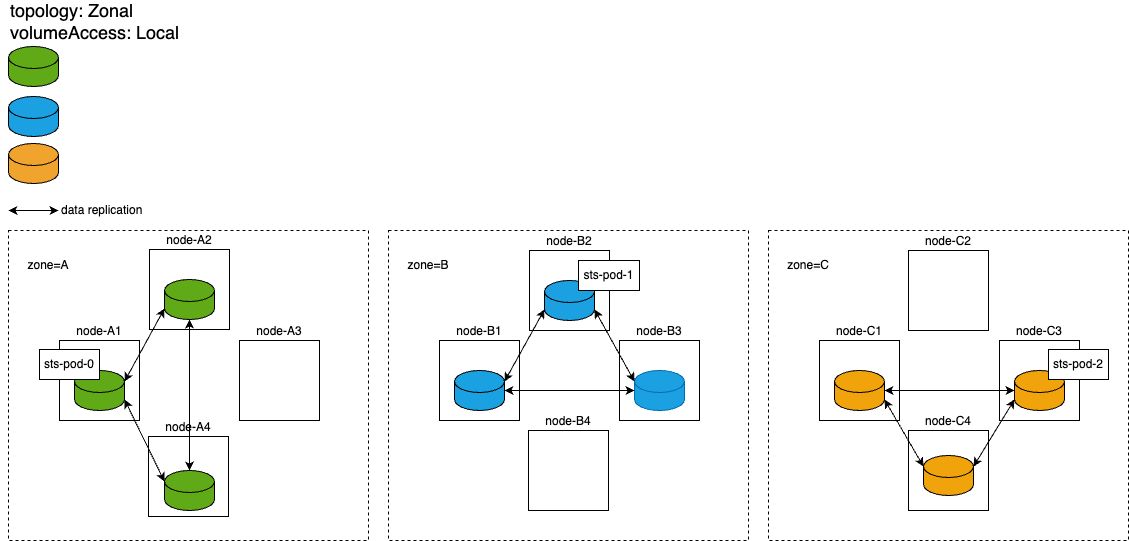
Before: docs/images/zonal.ru.png, a diagram exported from draw.io (deckhouse/sds-replicated-volume). Source tidied: cells renumbered, new cells last; positions are measured from the earlier drawing's top-left corner, leaving out a move shared by most shapes.
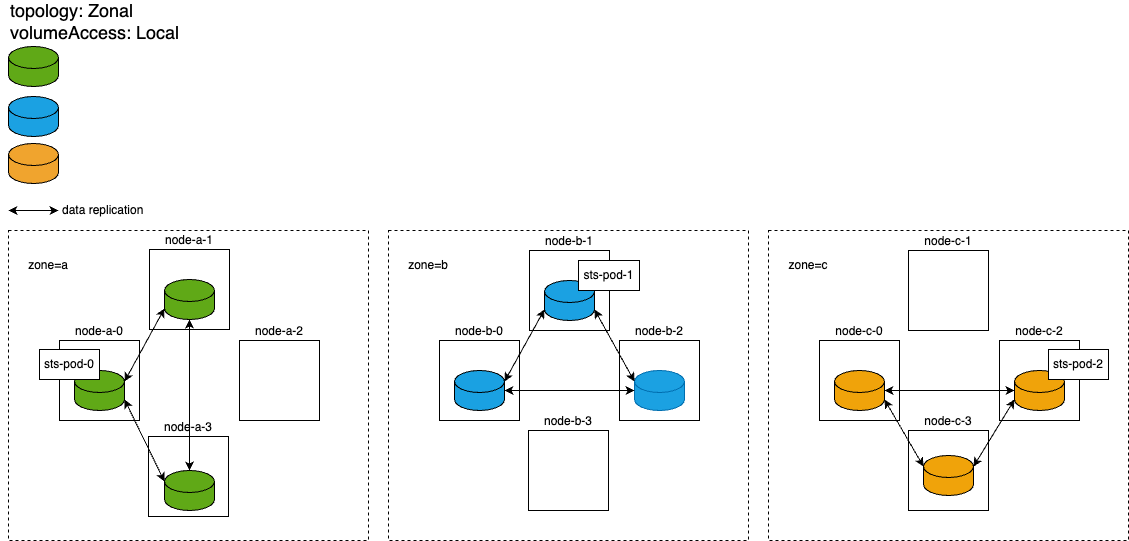
Above is the later version.

Commit message:
Fix trans-zonal and zonal schemes

What changed in the source:
```diff
@@ -5,31 +5,31 @@
     <mxCell id="2" style="rounded=0;whiteSpace=wrap;html=1;dashed=1;" parent="1" vertex="1">
       <mxGeometry x="760" y="224" width="360" height="310" as="geometry" />
     </mxCell>
-    <mxCell id="3" value="node-C1" style="rounded=0;whiteSpace=wrap;html=1;labelPosition=center;verticalLabelPosition=top;align=center;verticalAlign=bottom;" parent="1" vertex="1">
+    <mxCell id="3" value="node-c-0" style="rounded=0;whiteSpace=wrap;html=1;labelPosition=center;verticalLabelPosition=top;align=center;verticalAlign=bottom;" parent="1" vertex="1">
       <mxGeometry x="811" y="334" width="80" height="80" as="geometry" />
     </mxCell>
     <mxCell id="4" style="rounded=0;whiteSpace=wrap;html=1;dashed=1;" parent="1" vertex="1">
       <mxGeometry x="380" y="224" width="360" height="310" as="geometry" />
     </mxCell>
-    <mxCell id="5" value="node-B1" style="rounded=0;whiteSpace=wrap;html=1;labelPosition=center;verticalLabelPosition=top;align=center;verticalAlign=bottom;" parent="1" vertex="1">
+    <mxCell id="5" value="node-b-0" style="rounded=0;whiteSpace=wrap;html=1;labelPosition=center;verticalLabelPosition=top;align=center;verticalAlign=bottom;" parent="1" vertex="1">
       <mxGeometry x="431" y="334" width="80" height="80" as="geometry" />
     </mxCell>
     <mxCell id="6" style="rounded=0;whiteSpace=wrap;html=1;dashed=1;" parent="1" vertex="1">
       <mxGeometry y="224" width="360" height="310" as="geometry" />
     </mxCell>
-    <mxCell id="7" value="zone=A" style="text;html=1;strokeColor=none;fillColor=none;align=center;verticalAlign=middle;whiteSpace=wrap;rounded=0;dashed=1;" parent="1" vertex="1">
+    <mxCell id="7" value="zone=a" style="text;html=1;strokeColor=none;fillColor=none;align=center;verticalAlign=middle;whiteSpace=wrap;rounded=0;dashed=1;" parent="1" vertex="1">
       <mxGeometry x="10" y="244" width="60" height="30" as="geometry" />
     </mxCell>
     <mxCell id="8" value="topology: Zonal&lt;br style=&quot;font-size: 18px;&quot;&gt;volumeAccess: Local" style="text;html=1;strokeColor=none;fillColor=none;align=left;verticalAlign=middle;whiteSpace=wrap;rounded=0;dashed=1;fontSize=18;" parent="1" vertex="1">
       <mxGeometry width="200" height="30" as="geometry" />
     </mxCell>
-    <mxCell id="9" value="zone=B" style="text;html=1;strokeColor=none;fillColor=none;align=center;verticalAlign=middle;whiteSpace=wrap;rounded=0;dashed=1;" parent="1" vertex="1">
+    <mxCell id="9" value="zone=b" style="text;html=1;strokeColor=none;fillColor=none;align=center;verticalAlign=middle;whiteSpace=wrap;rounded=0;dashed=1;" parent="1" vertex="1">
       <mxGeometry x="390" y="244" width="60" height="30" as="geometry" />
     </mxCell>
     <mxCell id="10" style="group;" parent="1" vertex="1">
       <mxGeometry x="521" y="244" width="110" height="80" as="geometry" />
     </mxCell>
-    <mxCell id="11" value="node-B2" style="rounded=0;whiteSpace=wrap;html=1;labelPosition=center;verticalLabelPosition=top;align=center;verticalAlign=bottom;" parent="10" vertex="1">
+    <mxCell id="11" value="node-b-1" style="rounded=0;whiteSpace=wrap;html=1;labelPosition=center;verticalLabelPosition=top;align=center;verticalAlign=bottom;" parent="10" vertex="1">
       <mxGeometry width="80" height="80" as="geometry" />
     </mxCell>
     <mxCell id="12" style="shape=cylinder3;whiteSpace=wrap;html=1;boundedLbl=1;backgroundOutline=1;size=11;fillColor=#1ba1e2;fontColor=#ffffff;strokeColor=#000000;" parent="10" vertex="1">
@@ -41,7 +41,7 @@
     <mxCell id="14" style="group;strokeColor=#000000;" parent="1" vertex="1">
       <mxGeometry x="611" y="334" width="80" height="80" as="geometry" />
     </mxCell>
-    <mxCell id="15" value="node-B3" style="rounded=0;whiteSpace=wrap;html=1;labelPosition=center;verticalLabelPosition=top;align=center;verticalAlign=bottom;" parent="14" vertex="1">
+    <mxCell id="15" value="node-b-2" style="rounded=0;whiteSpace=wrap;html=1;labelPosition=center;verticalLabelPosition=top;align=center;verticalAlign=bottom;" parent="14" vertex="1">
       <mxGeometry width="80" height="80" as="geometry" />
     </mxCell>
     <mxCell id="16" style="shape=cylinder3;whiteSpace=wrap;html=1;boundedLbl=1;backgroundOutline=1;size=11;fillColor=#1ba1e2;fontColor=#ffffff;strokeColor=#006EAF;" parent="14" vertex="1">
@@ -59,7 +59,7 @@
     <mxCell id="20" style="shape=cylinder3;whiteSpace=wrap;html=1;boundedLbl=1;backgroundOutline=1;size=11;fillColor=#1aa1e2;fontColor=#ffffff;strokeColor=#000000;" parent="1" vertex="1">
       <mxGeometry x="446" y="364" width="50" height="40" as="geometry" />
     </mxCell>
-    <mxCell id="21" value="zone=C" style="text;html=1;strokeColor=none;fillColor=none;align=center;verticalAlign=middle;whiteSpace=wrap;rounded=0;dashed=1;" parent="1" vertex="1">
+    <mxCell id="21" value="zone=c" style="text;html=1;strokeColor=none;fillColor=none;align=center;verticalAlign=middle;whiteSpace=wrap;rounded=0;dashed=1;" parent="1" vertex="1">
       <mxGeometry x="770" y="244" width="60" height="30" as="geometry" />
     </mxCell>
     <mxCell id="22" style="shape=cylinder3;whiteSpace=wrap;html=1;boundedLbl=1;backgroundOutline=1;size=11;fillColor=#f0a30a;fontColor=#000000;strokeColor=#000000;" parent="1" vertex="1">
@@ -68,19 +68,19 @@
     <mxCell id="23" style="group;" parent="1" vertex="1">
       <mxGeometry x="520" y="424" width="80" height="80" as="geometry" />
     </mxCell>
-    <mxCell id="24" value="node-B4" style="rounded=0;whiteSpace=wrap;html=1;labelPosition=center;verticalLabelPosition=top;align=center;verticalAlign=bottom;" parent="23" vertex="1">
+    <mxCell id="24" value="node-b-3" style="rounded=0;whiteSpace=wrap;html=1;labelPosition=center;verticalLabelPosition=top;align=center;verticalAlign=bottom;" parent="23" vertex="1">
       <mxGeometry width="80" height="80" as="geometry" />
     </mxCell>
-    <mxCell id="25" value="sts-pod-0 data" style="shape=cylinder3;whiteSpace=wrap;html=1;boundedLbl=1;backgroundOutline=1;size=11;fillColor=#60a917;fontColor=#ffffff;strokeColor=#000000;labelPosition=right;verticalLabelPosition=middle;align=left;verticalAlign=middle;fontSize=12;horizontal=1;" parent="1" vertex="1">
+    <mxCell id="25" value="sts-pod-0 data" style="shape=cylinder3;whiteSpace=wrap;html=1;boundedLbl=1;backgroundOutline=1;size=11;fillColor=#60a917;fontColor=#ffffff;strokeColor=#000000;labelPosition=right;verticalLabelPosition=middle;align=left;verticalAlign=middle;fontSize=12;horizontal=1;labelBackgroundColor=default;" parent="1" vertex="1">
       <mxGeometry y="40" width="50" height="40" as="geometry" />
     </mxCell>
-    <mxCell id="26" value="sts-pod-1 data" style="shape=cylinder3;whiteSpace=wrap;html=1;boundedLbl=1;backgroundOutline=1;size=11;fillColor=#1ba1e2;fontColor=#ffffff;strokeColor=#000000;labelPosition=right;verticalLabelPosition=middle;align=left;verticalAlign=middle;fontSize=12;horizontal=1;" parent="1" vertex="1">
+    <mxCell id="26" value="sts-pod-1 data" style="shape=cylinder3;whiteSpace=wrap;html=1;boundedLbl=1;backgroundOutline=1;size=11;fillColor=#1ba1e2;fontColor=#ffffff;strokeColor=#000000;labelPosition=right;verticalLabelPosition=middle;align=left;verticalAlign=middle;fontSize=12;horizontal=1;labelBackgroundColor=default;" parent="1" vertex="1">
       <mxGeometry y="90" width="50" height="40" as="geometry" />
     </mxCell>
-    <mxCell id="27" value="sts-pod-2 data" style="shape=cylinder3;whiteSpace=wrap;html=1;boundedLbl=1;backgroundOutline=1;size=11;fillColor=#f0a42e;fontColor=#ffffff;strokeColor=#000000;labelPosition=right;verticalLabelPosition=middle;align=left;verticalAlign=middle;fontSize=12;horizontal=1;" parent="1" vertex="1">
+    <mxCell id="27" value="sts-pod-2 data" style="shape=cylinder3;whiteSpace=wrap;html=1;boundedLbl=1;backgroundOutline=1;size=11;fillColor=#f0a42e;fontColor=#ffffff;strokeColor=#000000;labelPosition=right;verticalLabelPosition=middle;align=left;verticalAlign=middle;fontSize=12;horizontal=1;labelBackgroundColor=default;" parent="1" vertex="1">
       <mxGeometry y="137" width="50" height="40" as="geometry" />
     </mxCell>
-    <mxCell id="28" value="node-A1" style="rounded=0;whiteSpace=wrap;html=1;labelPosition=center;verticalLabelPosition=top;align=center;verticalAlign=bottom;" parent="1" vertex="1">
+    <mxCell id="28" value="node-a-0" style="rounded=0;whiteSpace=wrap;html=1;labelPosition=center;verticalLabelPosition=top;align=center;verticalAlign=bottom;" parent="1" vertex="1">
       <mxGeometry x="51" y="334" width="80" height="80" as="geometry" />
     </mxCell>
     <mxCell id="29" style="shape=cylinder3;whiteSpace=wrap;html=1;boundedLbl=1;backgroundOutline=1;size=11;fillColor=#60a917;fontColor=#ffffff;strokeColor=#000000;" parent="1" vertex="1">
@@ -89,19 +89,19 @@
     <mxCell id="30" value="sts-pod-0" style="rounded=0;whiteSpace=wrap;html=1;fillStyle=auto;" parent="1" vertex="1">
       <mxGeometry x="31" y="343" width="60" height="30" as="geometry" />
     </mxCell>
-    <mxCell id="31" value="node-A2" style="rounded=0;whiteSpace=wrap;html=1;labelPosition=center;verticalLabelPosition=top;align=center;verticalAlign=bottom;" parent="1" vertex="1">
+    <mxCell id="31" value="node-a-1" style="rounded=0;whiteSpace=wrap;html=1;labelPosition=center;verticalLabelPosition=top;align=center;verticalAlign=bottom;" parent="1" vertex="1">
       <mxGeometry x="141" y="243" width="80" height="80" as="geometry" />
     </mxCell>
     <mxCell id="32" style="shape=cylinder3;whiteSpace=wrap;html=1;boundedLbl=1;backgroundOutline=1;size=11;fillColor=#60a917;fontColor=#ffffff;strokeColor=#000000;" parent="1" vertex="1">
       <mxGeometry x="156" y="273" width="50" height="40" as="geometry" />
     </mxCell>
-    <mxCell id="33" value="node-A3" style="rounded=0;whiteSpace=wrap;html=1;labelPosition=center;verticalLabelPosition=top;align=center;verticalAlign=bottom;" parent="1" vertex="1">
+    <mxCell id="33" value="node-a-2" style="rounded=0;whiteSpace=wrap;html=1;labelPosition=center;verticalLabelPosition=top;align=center;verticalAlign=bottom;" parent="1" vertex="1">
       <mxGeometry x="231" y="334" width="80" height="80" as="geometry" />
     </mxCell>
     <mxCell id="34" style="edgeStyle=none;html=1;exitX=1;exitY=0;exitDx=0;exitDy=11;exitPerimeter=0;entryX=0;entryY=1;entryDx=0;entryDy=-11;entryPerimeter=0;startArrow=classic;startFill=1;" parent="1" edge="1" source="29" target="32">
       <mxGeometry relative="1" as="geometry" />
     </mxCell>
-    <mxCell id="35" value="node-C3" style="rounded=0;whiteSpace=wrap;html=1;labelPosition=center;verticalLabelPosition=top;align=center;verticalAlign=bottom;" parent="1" vertex="1">
+    <mxCell id="35" value="node-c-2" style="rounded=0;whiteSpace=wrap;html=1;labelPosition=center;verticalLabelPosition=top;align=center;verticalAlign=bottom;" parent="1" vertex="1">
       <mxGeometry x="991" y="334" width="80" height="80" as="geometry" />
     </mxCell>
     <mxCell id="36" style="shape=cylinder3;whiteSpace=wrap;html=1;boundedLbl=1;backgroundOutline=1;size=11;fillColor=#f0a30a;fontColor=#000000;strokeColor=#000000;" parent="1" vertex="1">
@@ -113,7 +113,7 @@
     <mxCell id="38" value="sts-pod-2" style="rounded=0;whiteSpace=wrap;html=1;fillStyle=auto;" parent="1" vertex="1">
       <mxGeometry x="1040" y="343" width="60" height="30" as="geometry" />
     </mxCell>
-    <mxCell id="39" value="node-C4" style="rounded=0;whiteSpace=wrap;html=1;labelPosition=center;verticalLabelPosition=top;align=center;verticalAlign=bottom;" parent="1" vertex="1">
+    <mxCell id="39" value="node-c-3" style="rounded=0;whiteSpace=wrap;html=1;labelPosition=center;verticalLabelPosition=top;align=center;verticalAlign=bottom;" parent="1" vertex="1">
       <mxGeometry x="900" y="424" width="80" height="80" as="geometry" />
     </mxCell>
     <mxCell id="40" style="group;" parent="1" vertex="1">
@@ -139,7 +139,7 @@
         <mxPoint x="22" as="offset" />
       </mxGeometry>
     </mxCell>
-    <mxCell id="46" value="node-A4" style="rounded=0;whiteSpace=wrap;html=1;labelPosition=center;verticalLabelPosition=top;align=center;verticalAlign=bottom;" parent="1" vertex="1">
+    <mxCell id="46" value="node-a-3" style="rounded=0;whiteSpace=wrap;html=1;labelPosition=center;verticalLabelPosition=top;align=center;verticalAlign=bottom;" parent="1" vertex="1">
       <mxGeometry x="140" y="430" width="80" height="80" as="geometry" />
     </mxCell>
     <mxCell id="47" style="shape=cylinder3;whiteSpace=wrap;html=1;boundedLbl=1;backgroundOutline=1;size=11;fillColor=#60a917;fontColor=#ffffff;strokeColor=#000000;" parent="1" vertex="1">
@@ -151,7 +151,7 @@
     <mxCell id="49" style="edgeStyle=none;html=1;startArrow=classic;startFill=1;entryX=0;entryY=0;entryDx=0;entryDy=11;entryPerimeter=0;exitX=1;exitY=1;exitDx=0;exitDy=-11;exitPerimeter=0;" parent="1" edge="1" source="29" target="47">
       <mxGeometry relative="1" as="geometry" />
     </mxCell>
-    <mxCell id="50" value="node-C2" style="rounded=0;whiteSpace=wrap;html=1;labelPosition=center;verticalLabelPosition=top;align=center;verticalAlign=bottom;" parent="1" vertex="1">
+    <mxCell id="50" value="node-c-1" style="rounded=0;whiteSpace=wrap;html=1;labelPosition=center;verticalLabelPosition=top;align=center;verticalAlign=bottom;" parent="1" vertex="1">
       <mxGeometry x="900" y="244" width="80" height="80" as="geometry" />
     </mxCell>
   </root>
```
